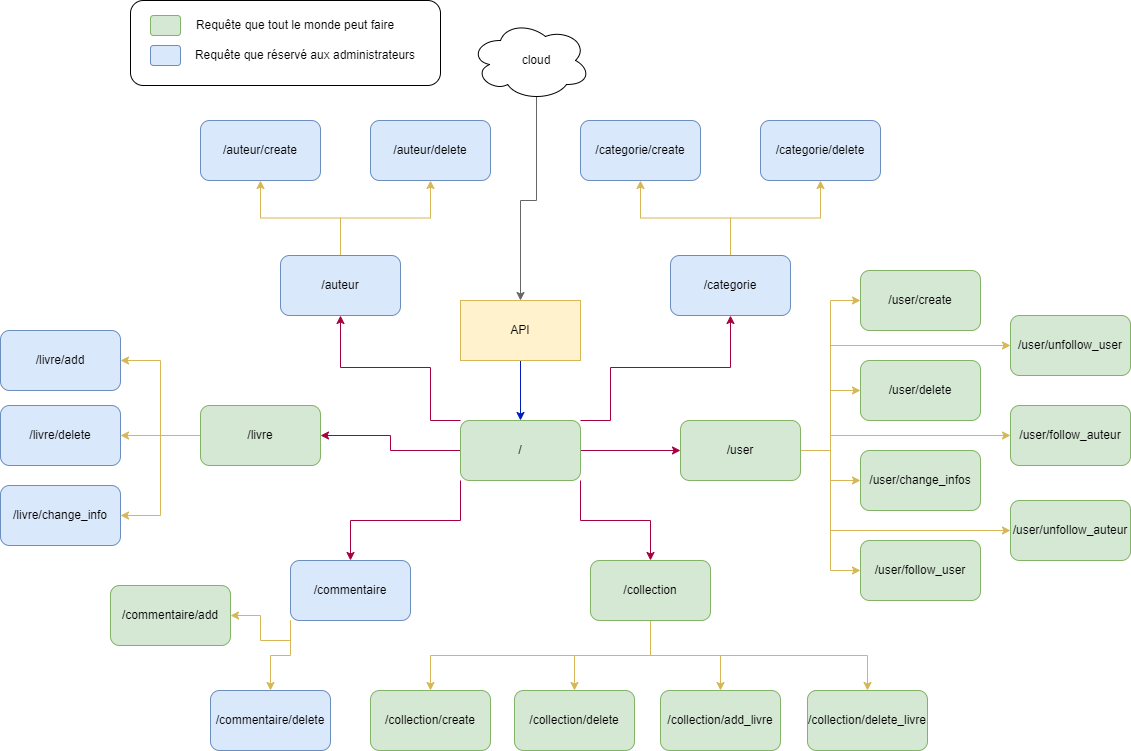
Before: Diagramme_API_Biblio.png, a diagram exported from draw.io (Yann-Fournier/API_Projet_Final_B2). Source tidied: cells renumbered, new cells last; positions are measured from the earlier drawing's top-left corner, leaving out a move shared by most shapes.
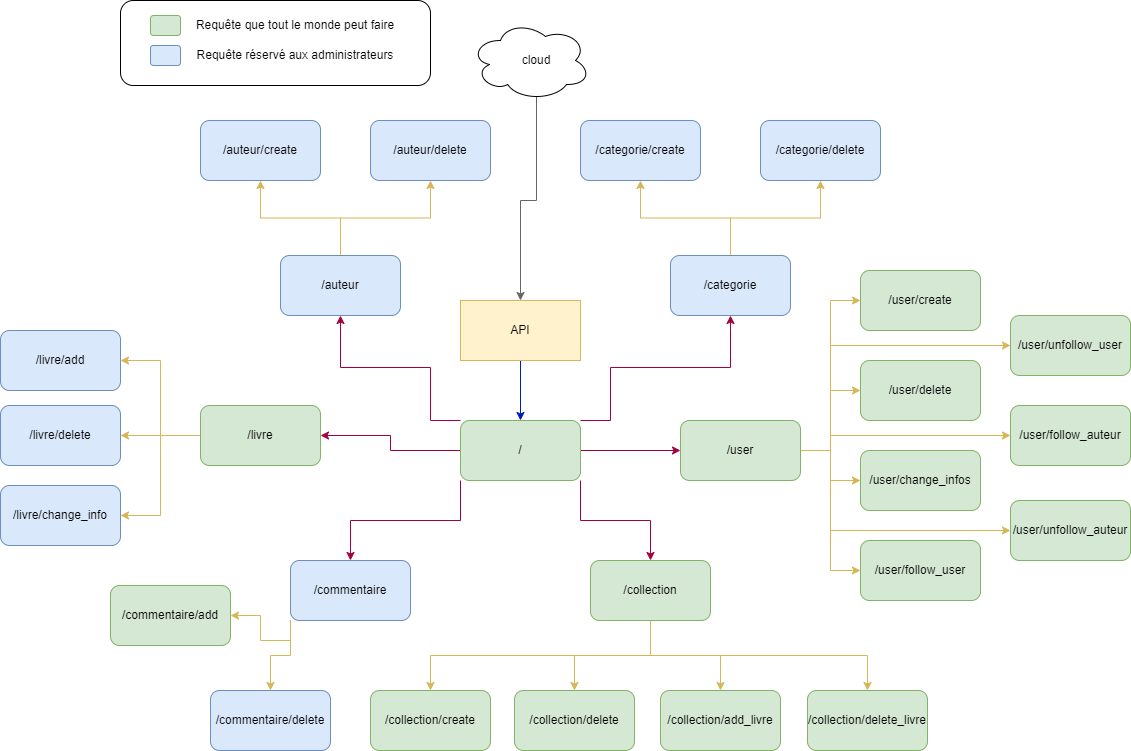
Above is the later version.

Commit message:
ajout schéma api

Diff of the diagram source:
```diff
@@ -296,11 +296,11 @@
     <mxCell id="90" value="Requête que tout le monde peut faire" style="text;html=1;align=center;verticalAlign=middle;whiteSpace=wrap;rounded=0;" parent="1" vertex="1">
       <mxGeometry x="190" y="10" width="210" height="30" as="geometry" />
     </mxCell>
-    <mxCell id="91" value="Requête que réservé aux administrateurs" style="text;html=1;align=center;verticalAlign=middle;whiteSpace=wrap;rounded=0;" parent="1" vertex="1">
-      <mxGeometry x="190" y="40" width="230" height="30" as="geometry" />
+    <mxCell id="91" value="Requête réservé aux administrateurs" style="text;html=1;align=center;verticalAlign=middle;whiteSpace=wrap;rounded=0;" parent="1" vertex="1">
+      <mxGeometry x="190" y="40" width="210" height="30" as="geometry" />
     </mxCell>
     <mxCell id="92" style="rounded=1;whiteSpace=wrap;html=1;fillColor=none;" parent="1" vertex="1">
-      <mxGeometry x="130" width="310" height="85" as="geometry" />
+      <mxGeometry x="120" width="310" height="85" as="geometry" />
     </mxCell>
   </root>
 </mxGraphModel>
```
